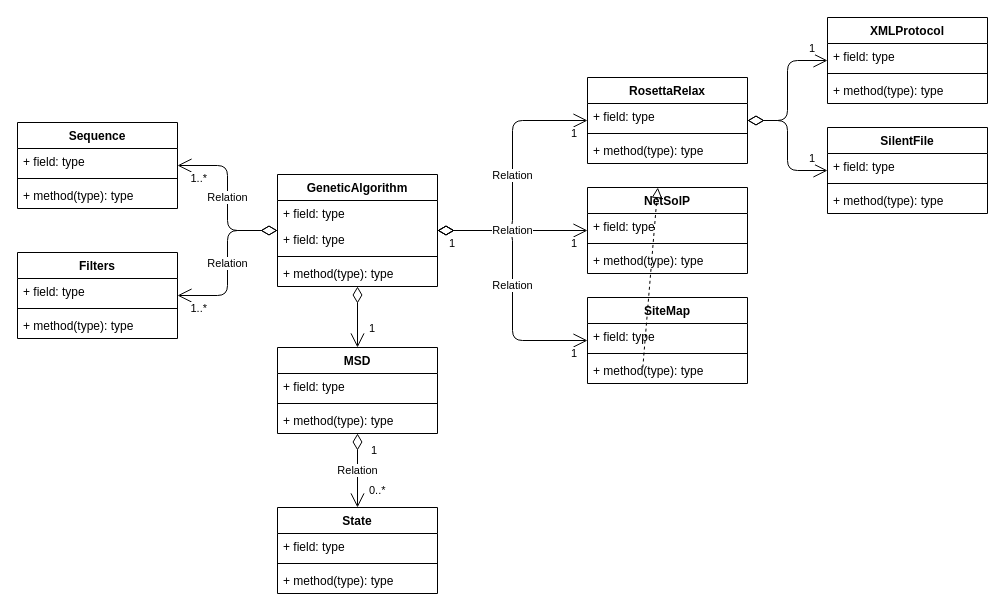
The draw.io diagram docs/old_relation.dio in AlbertCS/multiObjectiveOptimizationDesign, before the edit. Source tidied: cells renumbered, new cells numbered last; positions are measured from the earlier drawing's top-left corner, leaving out a move shared by most shapes. Both pictures are drawn from the tidied source at 100%, with x=0, y=0 at pixel (17, 17).
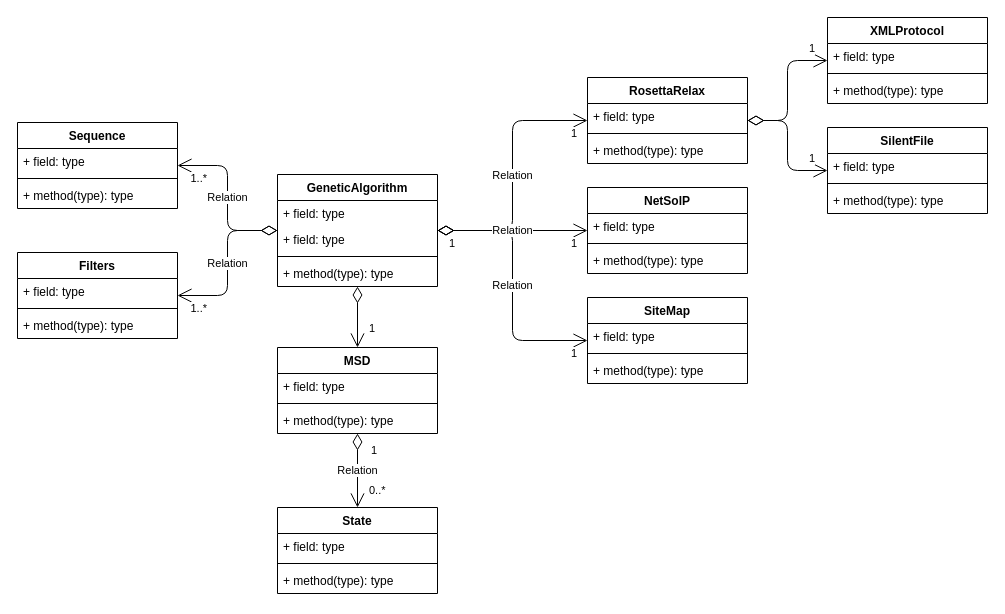
After the change.

Change to the diagram source:
```diff
@@
-    <mxCell id="37" style="endArrow=block;startArrow=none;endFill=0;startFill=0;endSize=8;html=1;verticalAlign=bottom;dashed=1;labelBackgroundColor=none;exitX=0.5;exitY=1;exitDx=0;exitDy=0;exitPerimeter=0;entryX=0.5;entryY=0;entryDx=0;entryDy=0;" parent="1" edge="1">
-      <mxGeometry relative="1" as="geometry">
-        <mxPoint x="625.3" y="350" as="sourcePoint" />
-        <mxPoint x="640.3" y="170" as="targetPoint" />
-      </mxGeometry>
-    </mxCell>
```
